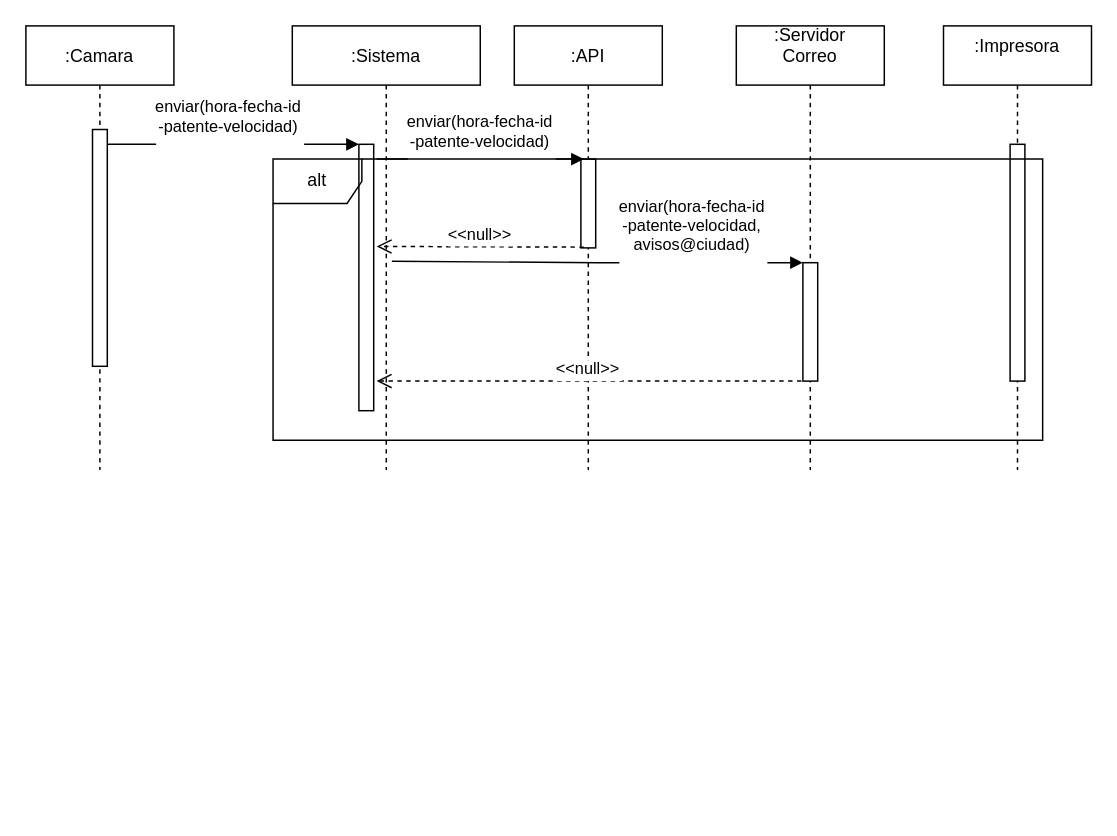
Above: Diagrama final.drawio in guillermooromero/izo-isw1-tpds (draw.io), before the change. Source tidied: cells renumbered, new cells numbered last; positions are measured from the earlier drawing's top-left corner, leaving out a move shared by most shapes. Both pictures are drawn from the tidied source at 148%, with x=0, y=0 at pixel (25, 25).
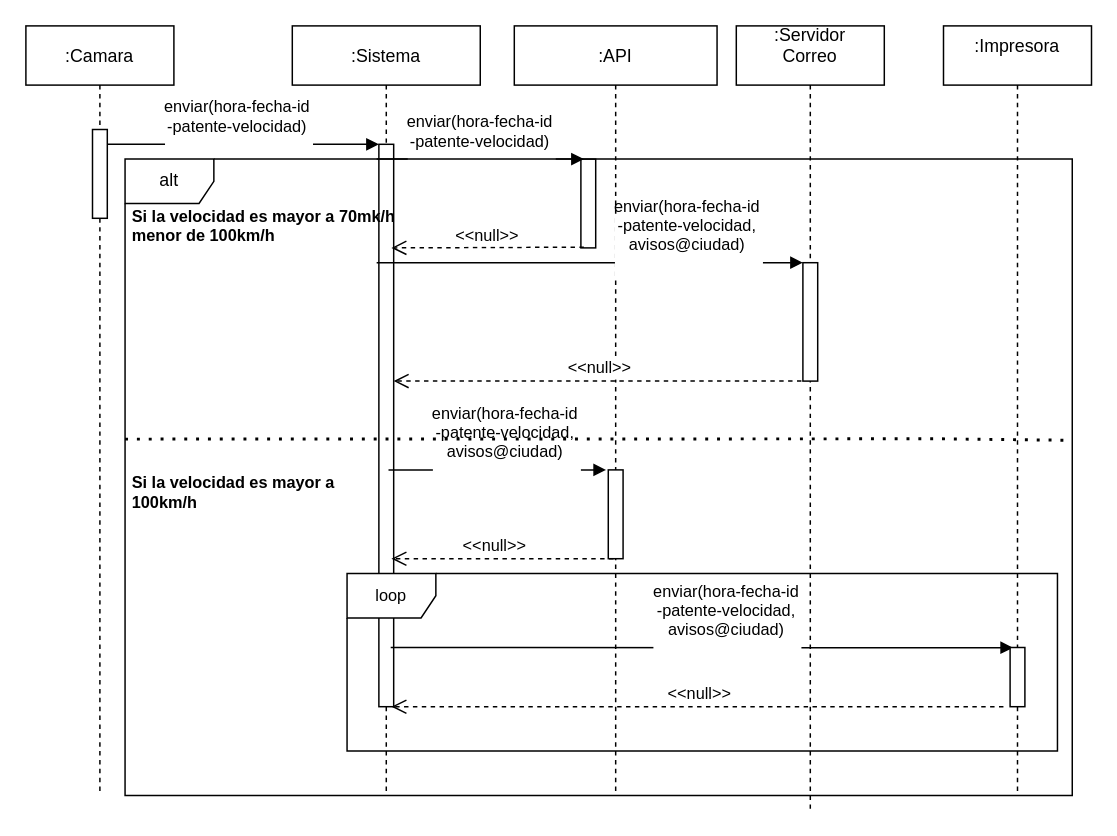
The same diagram, later.

Unchanged cells that the change refers to:
```xml
<mxCell id="10" style="points=[];perimeter=orthogonalPerimeter;rounded=0;shadow=0;strokeWidth=1;" parent="9" vertex="1">
  <mxGeometry x="45" y="160" width="10" height="80" as="geometry" />
</mxCell>
```

Diff of the diagram source:
```diff
@@
     <mxCell id="2" value=":Camara" style="shape=umlLifeline;perimeter=lifelinePerimeter;rounded=0;shadow=0;strokeWidth=1;" parent="1" vertex="1">
-      <mxGeometry width="100" height="300" as="geometry" />
+      <mxGeometry width="100" height="520" as="geometry" />
     </mxCell>
     <mxCell id="3" style="points=[];perimeter=orthogonalPerimeter;rounded=0;shadow=0;strokeWidth=1;" parent="2" vertex="1">
-      <mxGeometry x="45" y="70" width="10" height="160" as="geometry" />
+      <mxGeometry x="45" y="70" width="10" height="60" as="geometry" />
     </mxCell>
     <mxCell id="4" value=":Sistema" style="shape=umlLifeline;perimeter=lifelinePerimeter;rounded=0;shadow=0;strokeWidth=1;" parent="1" vertex="1">
-      <mxGeometry x="180" width="127" height="300" as="geometry" />
+      <mxGeometry x="180" width="127" height="520" as="geometry" />
     </mxCell>
     <mxCell id="5" style="points=[];perimeter=orthogonalPerimeter;rounded=0;shadow=0;strokeWidth=1;" parent="4" vertex="1">
-      <mxGeometry x="45" y="80" width="10" height="180" as="geometry" />
+      <mxGeometry x="58.5" y="80" width="10" height="380" as="geometry" />
     </mxCell>
@@
     <mxCell id="7" value=":API" style="shape=umlLifeline;perimeter=lifelinePerimeter;rounded=0;shadow=0;strokeWidth=1;" parent="1" vertex="1">
-      <mxGeometry x="330" width="100" height="300" as="geometry" />
+      <mxGeometry x="330" width="137" height="520" as="geometry" />
     </mxCell>
@@
+    <mxCell id="18" style="points=[];perimeter=orthogonalPerimeter;rounded=0;shadow=0;strokeWidth=1;" parent="7" vertex="1">
+      <mxGeometry x="63.5" y="300" width="10" height="60" as="geometry" />
+    </mxCell>
+    <mxCell id="19" value="enviar(hora-fecha-id&#10;-patente-velocidad, &#10;avisos@ciudad)&#10;" style="verticalAlign=bottom;endArrow=block;shadow=0;strokeWidth=1;entryX=-0.15;entryY=0;entryDx=0;entryDy=0;entryPerimeter=0;" parent="7" edge="1" target="18">
+      <mxGeometry x="0.08" y="-10" relative="1" as="geometry">
+        <mxPoint x="-85" y="300" as="sourcePoint" />
+      </mxGeometry>
+    </mxCell>
+    <mxCell id="20" value="&lt;&lt;null&gt;&gt;" style="verticalAlign=bottom;endArrow=open;dashed=1;endSize=8;shadow=0;strokeWidth=1;" parent="7" edge="1">
+      <mxGeometry x="0.07" relative="1" as="geometry">
+        <mxPoint x="67" y="360" as="sourcePoint" />
+        <mxPoint x="-83" y="360" as="targetPoint" />
+      </mxGeometry>
+    </mxCell>
+    <mxCell id="21" value="enviar(hora-fecha-id&#10;-patente-velocidad, &#10;avisos@ciudad)&#10;" style="verticalAlign=bottom;endArrow=block;shadow=0;strokeWidth=1;entryX=0.47;entryY=0.808;entryDx=0;entryDy=0;entryPerimeter=0;" parent="7" edge="1" target="11">
+      <mxGeometry x="0.08" y="-10" relative="1" as="geometry">
+        <mxPoint x="-83.5" y="420" as="sourcePoint" />
+      </mxGeometry>
+    </mxCell>
     <mxCell id="9" value=":Servidor&#10;Correo&#10;" style="shape=umlLifeline;perimeter=lifelinePerimeter;rounded=0;shadow=0;strokeWidth=1;" parent="1" vertex="1">
-      <mxGeometry x="480" width="100" height="300" as="geometry" />
+      <mxGeometry x="480" width="100" height="530" as="geometry" />
     </mxCell>
@@
+    <mxCell id="22" value="&lt;&lt;null&gt;&gt;" style="verticalAlign=bottom;endArrow=open;dashed=1;endSize=8;exitX=-0.1;exitY=1;shadow=0;strokeWidth=1;exitDx=0;exitDy=0;exitPerimeter=0;" parent="9" edge="1">
+      <mxGeometry x="-0.01" relative="1" as="geometry">
+        <mxPoint x="180.5" y="460" as="sourcePoint" />
+        <mxPoint x="-233" y="460" as="targetPoint" />
+      </mxGeometry>
+    </mxCell>
     <mxCell id="11" value=":Impresora&#10;" style="shape=umlLifeline;perimeter=lifelinePerimeter;rounded=0;shadow=0;strokeWidth=1;" parent="1" vertex="1">
-      <mxGeometry x="620" width="100" height="300" as="geometry" />
+      <mxGeometry x="620" width="100" height="520" as="geometry" />
     </mxCell>
     <mxCell id="12" style="perimeter=orthogonalPerimeter;rounded=0;shadow=0;strokeWidth=1;" parent="11" vertex="1">
-      <mxGeometry x="45" y="80" width="10" height="160" as="geometry" />
+      <mxGeometry x="45" y="420" width="10" height="40" as="geometry" />
     </mxCell>
@@
     <mxCell id="14" value="&lt;&lt;null&gt;&gt;" style="verticalAlign=bottom;endArrow=open;dashed=1;endSize=8;exitX=0;exitY=0.95;shadow=0;strokeWidth=1;" parent="1" edge="1">
       <mxGeometry y="1" relative="1" as="geometry">
         <mxPoint x="377" y="149.5" as="sourcePoint" />
-        <mxPoint x="237" y="149" as="targetPoint" />
+        <mxPoint x="247" y="150" as="targetPoint" />
       </mxGeometry>
     </mxCell>
-    <mxCell id="15" value="enviar(hora-fecha-id&#10;-patente-velocidad, &#10;avisos@ciudad)&#10;" style="verticalAlign=bottom;endArrow=block;shadow=0;strokeWidth=1;exitX=0.53;exitY=0.53;exitDx=0;exitDy=0;exitPerimeter=0;" parent="1" edge="1" source="4" target="10">
+    <mxCell id="15" value="enviar(hora-fecha-id&#10;-patente-velocidad, &#10;avisos@ciudad)&#10;" style="verticalAlign=bottom;endArrow=block;shadow=0;strokeWidth=1;" parent="1" edge="1" target="10">
       <mxGeometry x="0.46" y="-10" relative="1" as="geometry">
+        <mxPoint x="237" y="160" as="sourcePoint" />
         <Array as="points">
           <mxPoint x="377" y="160" />
           <mxPoint x="447" y="160" />
         </Array>
       </mxGeometry>
     </mxCell>
-    <mxCell id="16" value="&lt;&lt;null&gt;&gt;" style="verticalAlign=bottom;endArrow=open;dashed=1;endSize=8;exitX=-0.1;exitY=1;shadow=0;strokeWidth=1;exitDx=0;exitDy=0;exitPerimeter=0;" parent="1" edge="1" source="10">
-      <mxGeometry y="1" relative="1" as="geometry">
-        <mxPoint x="237" y="240" as="targetPoint" />
-      </mxGeometry>
+    <mxCell id="16" value="&lt;&lt;null&gt;&gt;" style="verticalAlign=bottom;endArrow=open;dashed=1;endSize=8;exitX=-0.1;exitY=1;shadow=0;strokeWidth=1;exitDx=0;exitDy=0;exitPerimeter=0;" parent="1" edge="1" source="10" target="5">
+      <mxGeometry x="-0.01" relative="1" as="geometry" />
     </mxCell>
-    <mxCell id="17" value="alt" style="shape=umlFrame;whiteSpace=wrap;html=1;fillColor=none;" parent="1" vertex="1">
-      <mxGeometry x="167" y="90" width="520" height="190" as="geometry" />
+    <mxCell id="17" value="alt" style="shape=umlFrame;whiteSpace=wrap;html=1;strokeColor=default;" parent="1" vertex="1">
+      <mxGeometry x="67" y="90" width="640" height="430" as="geometry" />
     </mxCell>
+    <mxCell id="23" value="Si la velocidad es mayor a 70mk/h &#10;menor de 100km/h" style="text;align=left;fontStyle=1;verticalAlign=middle;spacingLeft=3;spacingRight=3;strokeColor=none;fontSize=11;" parent="1" vertex="1">
+      <mxGeometry x="67" y="90" width="87" height="90" as="geometry" />
+    </mxCell>
+    <mxCell id="24" style="endArrow=none;dashed=1;html=1;dashPattern=1 3;strokeWidth=2;rounded=0;fontSize=11;exitX=0;exitY=0.44;exitDx=0;exitDy=0;exitPerimeter=0;" parent="1" edge="1" source="17">
+      <mxGeometry relative="1" as="geometry">
+        <mxPoint x="707" y="280" as="targetPoint" />
+        <Array as="points">
+          <mxPoint x="617" y="279" />
+        </Array>
+      </mxGeometry>
+    </mxCell>
+    <mxCell id="25" value="Si la velocidad es mayor a &#10;100km/h" style="text;align=left;fontStyle=1;verticalAlign=middle;spacingLeft=3;spacingRight=3;strokeColor=none;fontSize=11;" parent="1" vertex="1">
+      <mxGeometry x="67" y="270" width="87" height="90" as="geometry" />
+    </mxCell>
+    <mxCell id="26" value="loop" style="shape=umlFrame;whiteSpace=wrap;html=1;strokeColor=default;fontSize=11;" parent="1" vertex="1">
+      <mxGeometry x="217" y="370" width="480" height="120" as="geometry" />
+    </mxCell>
```
